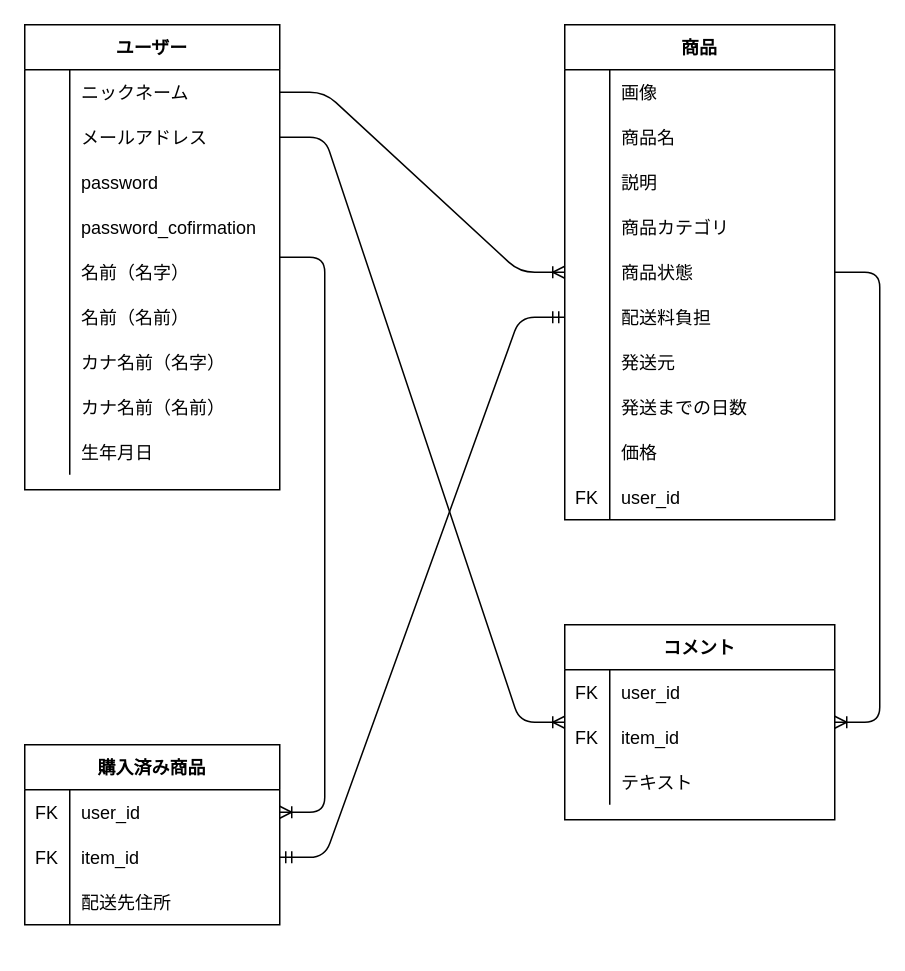
Before: furima.dio in takayuki-fujiki/furima-30942, a draw.io diagram. Source tidied: cells renumbered, new cells numbered last; positions are measured from the earlier drawing's top-left corner, leaving out a move shared by most shapes. Both pictures are drawn from the tidied source at 150%, with x=0, y=0 at pixel (24, 24).
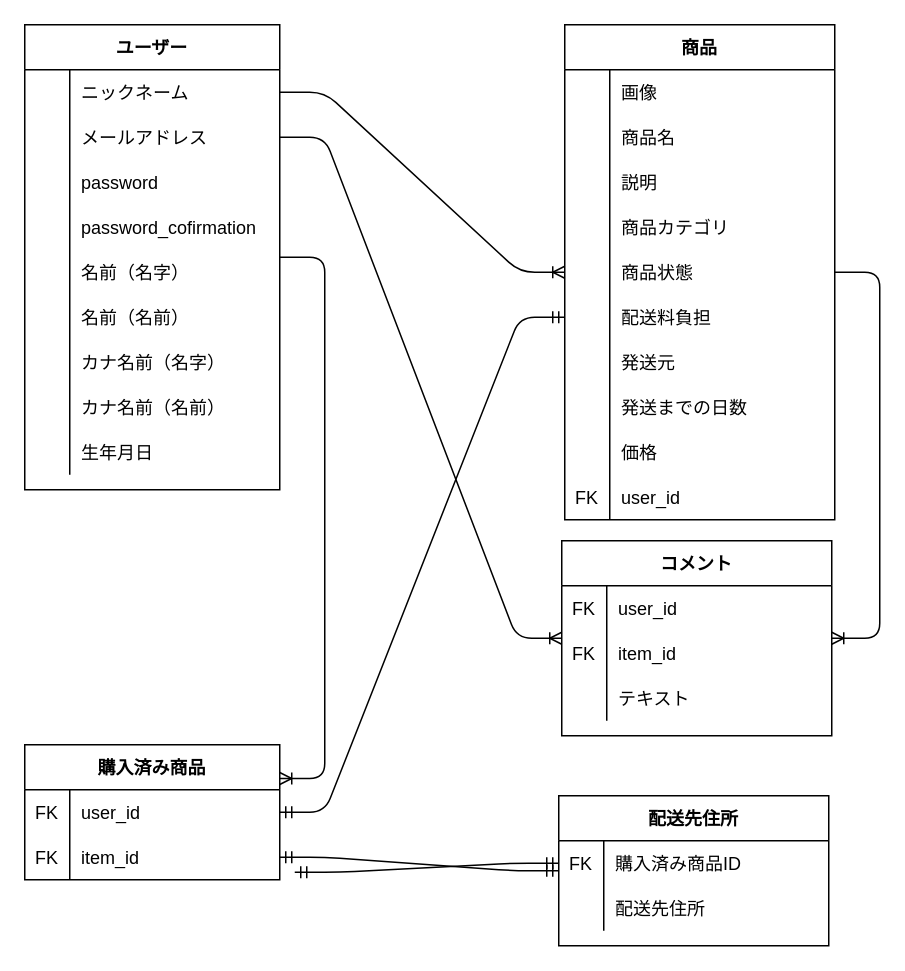
The same diagram, later.

Commit message (it also covers changes not shown here):
DB設計の修正

The change refers to these unchanged cells:
```xml
<mxCell id="2" value="ユーザー" style="shape=table;startSize=30;childLayout=tableLayout;rowLines=0;fontStyle=1;align=center;sketch=0;" parent="1" vertex="1">
  <mxGeometry width="170" height="310" as="geometry" />
</mxCell>
<mxCell id="46" style="shape=partialRectangle;fillColor=none;top=0;left=0;bottom=0;right=0;points=[[0,0.5],[1,0.5]];portConstraint=eastwest;" parent="30" vertex="1">
  <mxGeometry y="180" width="180" height="30" as="geometry" />
</mxCell>
<mxCell id="62" style="shape=partialRectangle;fillColor=none;top=0;left=0;bottom=0;right=0;points=[[0,0.5],[1,0.5]];portConstraint=eastwest;" parent="61" vertex="1">
  <mxGeometry y="30" width="170" height="30" as="geometry" />
</mxCell>
<mxCell id="65" style="shape=partialRectangle;fillColor=none;top=0;left=0;bottom=0;right=0;points=[[0,0.5],[1,0.5]];portConstraint=eastwest;" parent="61" vertex="1">
  <mxGeometry y="60" width="170" height="30" as="geometry" />
</mxCell>
```

What changed in the source:
```diff
@@
     <mxCell id="61" value="購入済み商品" style="shape=table;startSize=30;childLayout=tableLayout;rowLines=0;fontStyle=1;align=center;sketch=0;" parent="1" vertex="1">
-      <mxGeometry y="480" width="170" height="120" as="geometry" />
+      <mxGeometry y="480" width="170" height="90" as="geometry" />
     </mxCell>
@@
-    <mxCell id="68" style="shape=partialRectangle;fillColor=none;top=0;left=0;bottom=0;right=0;" parent="61" vertex="1">
-      <mxGeometry y="90" width="170" height="30" as="geometry" />
-    </mxCell>
-    <mxCell id="69" style="shape=partialRectangle;fillColor=none;top=0;left=0;bottom=0;right=0;overflow=hidden;" parent="68" vertex="1">
-      <mxGeometry width="30" height="30" as="geometry" />
-    </mxCell>
-    <mxCell id="70" value="配送先住所" style="shape=partialRectangle;fillColor=none;top=0;left=0;bottom=0;right=0;align=left;spacingLeft=6;overflow=hidden;" parent="68" vertex="1">
-      <mxGeometry x="30" width="140" height="30" as="geometry" />
-    </mxCell>
@@
-    <mxCell id="72" style="edgeStyle=entityRelationEdgeStyle;fontSize=12;html=1;endArrow=ERoneToMany;entryX=1;entryY=0.5;entryDx=0;entryDy=0;" parent="1" edge="1" source="2" target="62">
+    <mxCell id="72" style="edgeStyle=entityRelationEdgeStyle;fontSize=12;html=1;endArrow=ERoneToMany;entryX=1;entryY=0.25;entryDx=0;entryDy=0;" parent="1" edge="1" source="2" target="61">
       <mxGeometry relative="1" as="geometry" />
     </mxCell>
     <mxCell id="73" value="コメント" style="shape=table;startSize=30;childLayout=tableLayout;rowLines=0;fontStyle=1;align=center;sketch=0;" parent="1" vertex="1">
-      <mxGeometry x="360" y="400" width="180" height="130" as="geometry" />
+      <mxGeometry x="358" y="344" width="180" height="130" as="geometry" />
     </mxCell>
@@
-    <mxCell id="85" style="edgeStyle=entityRelationEdgeStyle;fontSize=12;html=1;endArrow=ERmandOne;startArrow=ERmandOne;entryX=0;entryY=0.5;entryDx=0;entryDy=0;exitX=1;exitY=0.5;exitDx=0;exitDy=0;" parent="1" edge="1" source="65" target="46">
+    <mxCell id="85" style="edgeStyle=entityRelationEdgeStyle;fontSize=12;html=1;endArrow=ERmandOne;startArrow=ERmandOne;entryX=0;entryY=0.5;entryDx=0;entryDy=0;exitX=1;exitY=0.5;exitDx=0;exitDy=0;" parent="1" edge="1" source="62" target="46">
       <mxGeometry relative="1" as="geometry" />
     </mxCell>
+    <mxCell id="86" value="配送先住所" style="shape=table;startSize=30;childLayout=tableLayout;rowLines=0;fontStyle=1;align=center;sketch=0;" parent="1" vertex="1">
+      <mxGeometry x="356" y="514" width="180" height="100" as="geometry" />
+    </mxCell>
+    <mxCell id="87" style="shape=partialRectangle;fillColor=none;top=0;left=0;bottom=0;right=0;points=[[0,0.5],[1,0.5]];portConstraint=eastwest;" parent="86" vertex="1">
+      <mxGeometry y="30" width="180" height="30" as="geometry" />
+    </mxCell>
+    <mxCell id="88" value="FK" style="shape=partialRectangle;fillColor=none;top=0;left=0;bottom=0;right=0;overflow=hidden;" parent="87" vertex="1">
+      <mxGeometry width="30" height="30" as="geometry" />
+    </mxCell>
+    <mxCell id="89" value="購入済み商品ID" style="shape=partialRectangle;fillColor=none;top=0;left=0;bottom=0;right=0;align=left;spacingLeft=6;overflow=hidden;" parent="87" vertex="1">
+      <mxGeometry x="30" width="150" height="30" as="geometry" />
+    </mxCell>
+    <mxCell id="90" style="shape=partialRectangle;fillColor=none;top=0;left=0;bottom=0;right=0;" parent="86" vertex="1">
+      <mxGeometry y="60" width="180" height="30" as="geometry" />
+    </mxCell>
+    <mxCell id="69" style="shape=partialRectangle;fillColor=none;top=0;left=0;bottom=0;right=0;overflow=hidden;" parent="90" vertex="1">
+      <mxGeometry width="30" height="30" as="geometry" />
+    </mxCell>
+    <mxCell id="70" value="配送先住所" style="shape=partialRectangle;fillColor=none;top=0;left=0;bottom=0;right=0;align=left;spacingLeft=6;overflow=hidden;" parent="90" vertex="1">
+      <mxGeometry x="30" width="150" height="30" as="geometry" />
+    </mxCell>
+    <mxCell id="91" style="edgeStyle=entityRelationEdgeStyle;fontSize=12;html=1;endArrow=ERmandOne;startArrow=ERmandOne;entryX=0;entryY=0.5;entryDx=0;entryDy=0;exitX=1;exitY=0.5;exitDx=0;exitDy=0;" parent="1" edge="1" target="87">
+      <mxGeometry relative="1" as="geometry">
+        <mxPoint x="180" y="565" as="sourcePoint" />
+      </mxGeometry>
+    </mxCell>
+    <mxCell id="92" style="edgeStyle=entityRelationEdgeStyle;fontSize=12;html=1;endArrow=ERmandOne;startArrow=ERmandOne;exitX=1;exitY=0.5;exitDx=0;exitDy=0;" parent="1" edge="1" source="65" target="86">
+      <mxGeometry relative="1" as="geometry" />
+    </mxCell>
```
